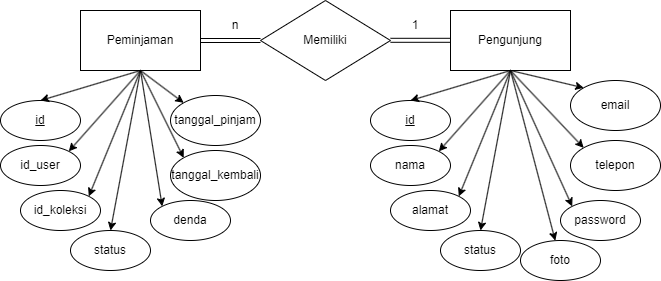
Earlier version of the draw.io export img/Diagram Pusaka-ERD.drawio.png (rikkamoe/ta-storage). Source tidied: cells renumbered, new cells last; positions are measured from the earlier drawing's top-left corner, leaving out a move shared by most shapes.
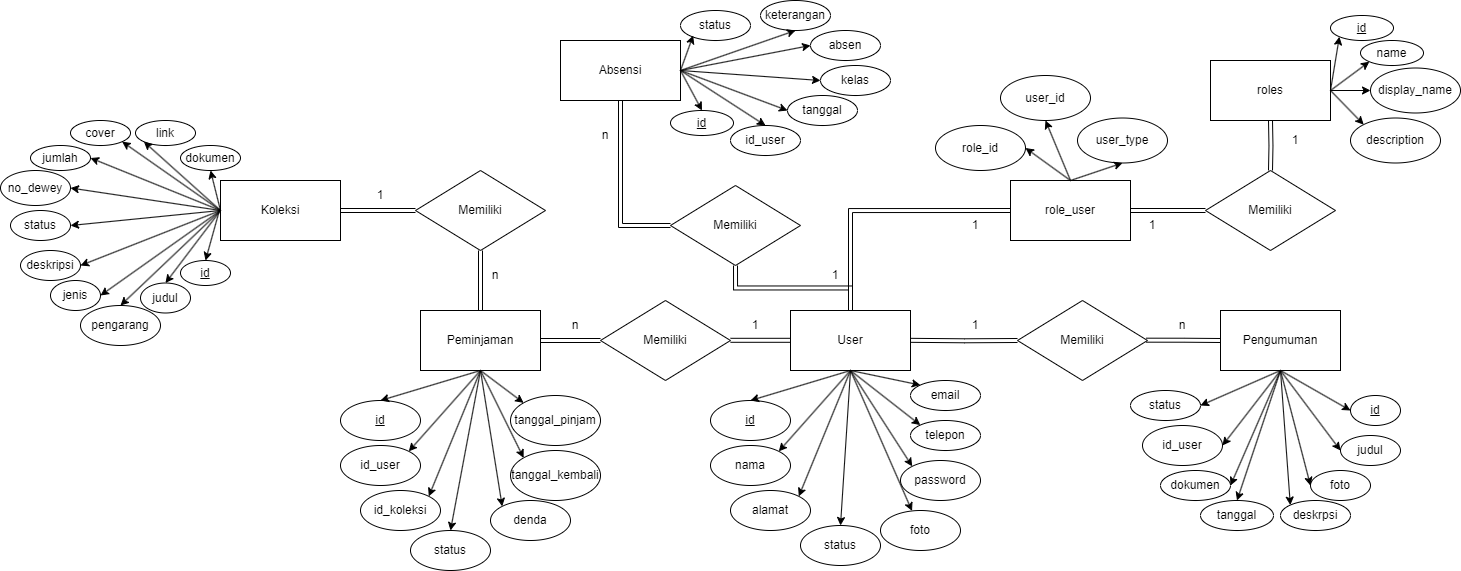
Later version of the same file.

Diff of the diagram source:
```diff
@@ -13,3 +13,3 @@
     </mxCell>
-    <mxCell id="5" value="Pengunjung" style="rounded=0;whiteSpace=wrap;html=1;" parent="1" vertex="1">
+    <mxCell id="5" value="User" style="rounded=0;whiteSpace=wrap;html=1;" parent="1" vertex="1">
       <mxGeometry x="450" y="10" width="120" height="60" as="geometry" />
@@ -83,12 +83,12 @@
     <mxCell id="24" value="email" style="ellipse;whiteSpace=wrap;html=1;" parent="1" vertex="1">
-      <mxGeometry x="570" y="80" width="90" height="50" as="geometry" />
+      <mxGeometry x="570" y="80" width="70" height="30" as="geometry" />
     </mxCell>
     <mxCell id="25" value="telepon" style="ellipse;whiteSpace=wrap;html=1;" parent="1" vertex="1">
-      <mxGeometry x="570" y="140" width="90" height="50" as="geometry" />
+      <mxGeometry x="570" y="120" width="70" height="30" as="geometry" />
     </mxCell>
     <mxCell id="26" value="password" style="ellipse;whiteSpace=wrap;html=1;" parent="1" vertex="1">
-      <mxGeometry x="560" y="200" width="80" height="40" as="geometry" />
+      <mxGeometry x="560" y="160" width="80" height="40" as="geometry" />
     </mxCell>
     <mxCell id="27" value="status" style="ellipse;whiteSpace=wrap;html=1;" parent="1" vertex="1">
-      <mxGeometry x="440" y="230" width="80" height="40" as="geometry" />
+      <mxGeometry x="460" y="225" width="80" height="40" as="geometry" />
     </mxCell>
@@ -125,3 +125,3 @@
     <mxCell id="34" value="foto" style="ellipse;whiteSpace=wrap;html=1;" parent="1" vertex="1">
-      <mxGeometry x="520" y="240" width="80" height="40" as="geometry" />
+      <mxGeometry x="540" y="210" width="80" height="40" as="geometry" />
     </mxCell>
@@ -144,2 +144,296 @@
     </mxCell>
+    <mxCell id="39" value="Koleksi" style="rounded=0;whiteSpace=wrap;html=1;" parent="1" vertex="1">
+      <mxGeometry x="-120" y="-120" width="120" height="60" as="geometry" />
+    </mxCell>
+    <mxCell id="40" value="Memiliki" style="rhombus;whiteSpace=wrap;html=1;" parent="1" vertex="1">
+      <mxGeometry x="75" y="-130" width="130" height="80" as="geometry" />
+    </mxCell>
+    <mxCell id="41" style="edgeStyle=orthogonalEdgeStyle;rounded=0;jettySize=auto;html=1;shape=link;exitX=0.5;exitY=1;exitDx=0;exitDy=0;entryX=0.5;entryY=0;entryDx=0;entryDy=0;" parent="1" edge="1" source="40" target="3">
+      <mxGeometry relative="1" as="geometry" />
+    </mxCell>
+    <mxCell id="42" style="edgeStyle=orthogonalEdgeStyle;rounded=0;jettySize=auto;html=1;shape=link;exitX=0;exitY=0.5;exitDx=0;exitDy=0;entryX=1;entryY=0.5;entryDx=0;entryDy=0;" parent="1" edge="1" source="40" target="39">
+      <mxGeometry relative="1" as="geometry" />
+    </mxCell>
+    <mxCell id="43" value="Pengumuman" style="rounded=0;whiteSpace=wrap;html=1;" parent="1" vertex="1">
+      <mxGeometry x="880" y="10" width="120" height="60" as="geometry" />
+    </mxCell>
+    <mxCell id="44" value="Absensi" style="rounded=0;whiteSpace=wrap;html=1;" parent="1" vertex="1">
+      <mxGeometry x="220" y="-260" width="120" height="60" as="geometry" />
+    </mxCell>
+    <mxCell id="45" value="Memiliki" style="rhombus;whiteSpace=wrap;html=1;" parent="1" vertex="1">
+      <mxGeometry x="677" width="130" height="80" as="geometry" />
+    </mxCell>
+    <mxCell id="46" style="edgeStyle=orthogonalEdgeStyle;rounded=0;jettySize=auto;html=1;shape=link;entryX=0;entryY=0.5;entryDx=0;entryDy=0;" parent="1" edge="1" target="45">
+      <mxGeometry relative="1" as="geometry">
+        <mxPoint x="570" y="39.8" as="sourcePoint" />
+      </mxGeometry>
+    </mxCell>
+    <mxCell id="47" style="edgeStyle=orthogonalEdgeStyle;rounded=0;jettySize=auto;html=1;shape=link;exitX=0.991;exitY=0.496;exitDx=0;exitDy=0;exitPerimeter=0;entryX=0;entryY=0.5;entryDx=0;entryDy=0;" parent="1" edge="1" source="45" target="43">
+      <mxGeometry relative="1" as="geometry" />
+    </mxCell>
+    <mxCell id="48" value="&lt;u&gt;id&lt;/u&gt;" style="ellipse;whiteSpace=wrap;html=1;" parent="1" vertex="1">
+      <mxGeometry x="-160" y="-40" width="50" height="25" as="geometry" />
+    </mxCell>
+    <mxCell id="49" style="endArrow=classic;html=1;rounded=0;exitX=-0.005;exitY=0.469;exitDx=0;exitDy=0;entryX=0.5;entryY=0;entryDx=0;entryDy=0;exitPerimeter=0;" parent="1" edge="1" source="39" target="48">
+      <mxGeometry relative="1" as="geometry" />
+    </mxCell>
+    <mxCell id="50" value="judul" style="ellipse;whiteSpace=wrap;html=1;" parent="1" vertex="1">
+      <mxGeometry x="-200" y="-17.5" width="50" height="30" as="geometry" />
+    </mxCell>
+    <mxCell id="51" value="pengarang" style="ellipse;whiteSpace=wrap;html=1;" parent="1" vertex="1">
+      <mxGeometry x="-260" y="5" width="80" height="40" as="geometry" />
+    </mxCell>
+    <mxCell id="52" value="jenis" style="ellipse;whiteSpace=wrap;html=1;" parent="1" vertex="1">
+      <mxGeometry x="-290" y="-20" width="50" height="30" as="geometry" />
+    </mxCell>
+    <mxCell id="53" value="deskripsi" style="ellipse;whiteSpace=wrap;html=1;" parent="1" vertex="1">
+      <mxGeometry x="-320" y="-50" width="60" height="30" as="geometry" />
+    </mxCell>
+    <mxCell id="54" value="status" style="ellipse;whiteSpace=wrap;html=1;" parent="1" vertex="1">
+      <mxGeometry x="-330" y="-90" width="60" height="30" as="geometry" />
+    </mxCell>
+    <mxCell id="55" value="no_dewey" style="ellipse;whiteSpace=wrap;html=1;" parent="1" vertex="1">
+      <mxGeometry x="-340" y="-130" width="70" height="35" as="geometry" />
+    </mxCell>
+    <mxCell id="56" value="jumlah" style="ellipse;whiteSpace=wrap;html=1;" parent="1" vertex="1">
+      <mxGeometry x="-310" y="-155" width="60" height="25" as="geometry" />
+    </mxCell>
+    <mxCell id="57" value="cover" style="ellipse;whiteSpace=wrap;html=1;" parent="1" vertex="1">
+      <mxGeometry x="-270" y="-180" width="60" height="25" as="geometry" />
+    </mxCell>
+    <mxCell id="58" value="link" style="ellipse;whiteSpace=wrap;html=1;" parent="1" vertex="1">
+      <mxGeometry x="-205" y="-180" width="60" height="25" as="geometry" />
+    </mxCell>
+    <mxCell id="59" value="dokumen" style="ellipse;whiteSpace=wrap;html=1;" parent="1" vertex="1">
+      <mxGeometry x="-160" y="-155" width="60" height="25" as="geometry" />
+    </mxCell>
+    <mxCell id="60" style="endArrow=classic;html=1;rounded=0;exitX=0;exitY=0.5;exitDx=0;exitDy=0;entryX=0.5;entryY=0;entryDx=0;entryDy=0;" parent="1" edge="1" source="39" target="50">
+      <mxGeometry relative="1" as="geometry" />
+    </mxCell>
+    <mxCell id="61" style="endArrow=classic;html=1;rounded=0;exitX=0;exitY=0.5;exitDx=0;exitDy=0;entryX=0.5;entryY=0;entryDx=0;entryDy=0;" parent="1" edge="1" source="39" target="51">
+      <mxGeometry relative="1" as="geometry" />
+    </mxCell>
+    <mxCell id="62" style="endArrow=classic;html=1;rounded=0;exitX=0;exitY=0.5;exitDx=0;exitDy=0;entryX=1;entryY=0.5;entryDx=0;entryDy=0;" parent="1" edge="1" source="39" target="52">
+      <mxGeometry relative="1" as="geometry" />
+    </mxCell>
+    <mxCell id="63" style="endArrow=classic;html=1;rounded=0;exitX=0;exitY=0.5;exitDx=0;exitDy=0;entryX=1;entryY=0.5;entryDx=0;entryDy=0;" parent="1" edge="1" source="39" target="53">
+      <mxGeometry relative="1" as="geometry" />
+    </mxCell>
+    <mxCell id="64" style="endArrow=classic;html=1;rounded=0;exitX=0;exitY=0.5;exitDx=0;exitDy=0;entryX=1;entryY=0.5;entryDx=0;entryDy=0;" parent="1" edge="1" source="39" target="54">
+      <mxGeometry relative="1" as="geometry" />
+    </mxCell>
+    <mxCell id="65" style="endArrow=classic;html=1;rounded=0;exitX=0;exitY=0.5;exitDx=0;exitDy=0;entryX=1;entryY=0.5;entryDx=0;entryDy=0;" parent="1" edge="1" source="39" target="55">
+      <mxGeometry relative="1" as="geometry" />
+    </mxCell>
+    <mxCell id="66" style="endArrow=classic;html=1;rounded=0;exitX=0;exitY=0.5;exitDx=0;exitDy=0;entryX=1;entryY=0.5;entryDx=0;entryDy=0;" parent="1" edge="1" source="39" target="56">
+      <mxGeometry relative="1" as="geometry" />
+    </mxCell>
+    <mxCell id="67" style="endArrow=classic;html=1;rounded=0;exitX=0;exitY=0.5;exitDx=0;exitDy=0;entryX=1;entryY=1;entryDx=0;entryDy=0;" parent="1" edge="1" source="39" target="57">
+      <mxGeometry relative="1" as="geometry" />
+    </mxCell>
+    <mxCell id="68" style="endArrow=classic;html=1;rounded=0;exitX=0;exitY=0.5;exitDx=0;exitDy=0;entryX=0;entryY=1;entryDx=0;entryDy=0;" parent="1" edge="1" source="39" target="58">
+      <mxGeometry relative="1" as="geometry" />
+    </mxCell>
+    <mxCell id="69" style="endArrow=classic;html=1;rounded=0;exitX=0;exitY=0.5;exitDx=0;exitDy=0;entryX=0.5;entryY=1;entryDx=0;entryDy=0;" parent="1" edge="1" source="39" target="59">
+      <mxGeometry relative="1" as="geometry" />
+    </mxCell>
+    <mxCell id="70" value="&lt;u&gt;id&lt;/u&gt;" style="ellipse;whiteSpace=wrap;html=1;" parent="1" vertex="1">
+      <mxGeometry x="1010" y="95" width="50" height="30" as="geometry" />
+    </mxCell>
+    <mxCell id="71" value="judul" style="ellipse;whiteSpace=wrap;html=1;" parent="1" vertex="1">
+      <mxGeometry x="1000" y="135" width="60" height="30" as="geometry" />
+    </mxCell>
+    <mxCell id="72" value="foto" style="ellipse;whiteSpace=wrap;html=1;" parent="1" vertex="1">
+      <mxGeometry x="970" y="170" width="60" height="30" as="geometry" />
+    </mxCell>
+    <mxCell id="73" value="deskrpsi" style="ellipse;whiteSpace=wrap;html=1;" parent="1" vertex="1">
+      <mxGeometry x="940" y="200" width="70" height="30" as="geometry" />
+    </mxCell>
+    <mxCell id="74" value="tanggal" style="ellipse;whiteSpace=wrap;html=1;" parent="1" vertex="1">
+      <mxGeometry x="860" y="200" width="73" height="30" as="geometry" />
+    </mxCell>
+    <mxCell id="75" value="status" style="ellipse;whiteSpace=wrap;html=1;" parent="1" vertex="1">
+      <mxGeometry x="790" y="90" width="70" height="30" as="geometry" />
+    </mxCell>
+    <mxCell id="76" value="dokumen" style="ellipse;whiteSpace=wrap;html=1;" parent="1" vertex="1">
+      <mxGeometry x="820" y="170" width="70" height="30" as="geometry" />
+    </mxCell>
+    <mxCell id="77" value="id_user" style="ellipse;whiteSpace=wrap;html=1;" parent="1" vertex="1">
+      <mxGeometry x="802" y="125" width="80" height="40" as="geometry" />
+    </mxCell>
+    <mxCell id="78" style="endArrow=classic;html=1;rounded=0;entryX=1;entryY=0.5;entryDx=0;entryDy=0;exitX=0.5;exitY=1;exitDx=0;exitDy=0;" parent="1" edge="1" source="43" target="75">
+      <mxGeometry relative="1" as="geometry" />
+    </mxCell>
+    <mxCell id="79" style="endArrow=classic;html=1;rounded=0;entryX=1;entryY=0.5;entryDx=0;entryDy=0;" parent="1" edge="1" target="77">
+      <mxGeometry relative="1" as="geometry">
+        <mxPoint x="940" y="70" as="sourcePoint" />
+      </mxGeometry>
+    </mxCell>
+    <mxCell id="80" style="endArrow=classic;html=1;rounded=0;entryX=1;entryY=0.5;entryDx=0;entryDy=0;exitX=0.5;exitY=1;exitDx=0;exitDy=0;" parent="1" edge="1" source="43" target="76">
+      <mxGeometry relative="1" as="geometry" />
+    </mxCell>
+    <mxCell id="81" style="endArrow=classic;html=1;rounded=0;entryX=0.5;entryY=0;entryDx=0;entryDy=0;exitX=0.5;exitY=1;exitDx=0;exitDy=0;" parent="1" edge="1" source="43" target="74">
+      <mxGeometry relative="1" as="geometry" />
+    </mxCell>
+    <mxCell id="82" style="endArrow=classic;html=1;rounded=0;entryX=0;entryY=0;entryDx=0;entryDy=0;exitX=0.5;exitY=1;exitDx=0;exitDy=0;" parent="1" edge="1" source="43" target="73">
+      <mxGeometry relative="1" as="geometry" />
+    </mxCell>
+    <mxCell id="83" style="endArrow=classic;html=1;rounded=0;entryX=0;entryY=0.5;entryDx=0;entryDy=0;exitX=0.5;exitY=1;exitDx=0;exitDy=0;" parent="1" edge="1" source="43" target="72">
+      <mxGeometry relative="1" as="geometry" />
+    </mxCell>
+    <mxCell id="84" style="endArrow=classic;html=1;rounded=0;entryX=0;entryY=0.5;entryDx=0;entryDy=0;exitX=0.5;exitY=1;exitDx=0;exitDy=0;" parent="1" edge="1" source="43" target="71">
+      <mxGeometry relative="1" as="geometry" />
+    </mxCell>
+    <mxCell id="85" style="endArrow=classic;html=1;rounded=0;entryX=0;entryY=0.5;entryDx=0;entryDy=0;exitX=0.5;exitY=1;exitDx=0;exitDy=0;" parent="1" edge="1" source="43" target="70">
+      <mxGeometry relative="1" as="geometry" />
+    </mxCell>
+    <mxCell id="86" value="Memiliki" style="rhombus;whiteSpace=wrap;html=1;" parent="1" vertex="1">
+      <mxGeometry x="330" y="-115" width="130" height="80" as="geometry" />
+    </mxCell>
+    <mxCell id="87" style="edgeStyle=orthogonalEdgeStyle;rounded=0;jettySize=auto;html=1;shape=link;exitX=0.5;exitY=1;exitDx=0;exitDy=0;entryX=0.5;entryY=0;entryDx=0;entryDy=0;" parent="1" edge="1" source="86" target="5">
+      <mxGeometry relative="1" as="geometry" />
+    </mxCell>
+    <mxCell id="88" style="edgeStyle=orthogonalEdgeStyle;rounded=0;jettySize=auto;html=1;shape=link;exitX=0.5;exitY=1;exitDx=0;exitDy=0;entryX=0;entryY=0.5;entryDx=0;entryDy=0;" parent="1" edge="1" source="44" target="86">
+      <mxGeometry relative="1" as="geometry" />
+    </mxCell>
+    <mxCell id="89" value="&lt;u&gt;id&lt;/u&gt;" style="ellipse;whiteSpace=wrap;html=1;" parent="1" vertex="1">
+      <mxGeometry x="330" y="-190" width="63" height="25" as="geometry" />
+    </mxCell>
+    <mxCell id="90" value="id_user" style="ellipse;whiteSpace=wrap;html=1;" parent="1" vertex="1">
+      <mxGeometry x="390" y="-175" width="70" height="30" as="geometry" />
+    </mxCell>
+    <mxCell id="91" value="tanggal" style="ellipse;whiteSpace=wrap;html=1;" parent="1" vertex="1">
+      <mxGeometry x="447" y="-205" width="70" height="30" as="geometry" />
+    </mxCell>
+    <mxCell id="92" value="status" style="ellipse;whiteSpace=wrap;html=1;" parent="1" vertex="1">
+      <mxGeometry x="340" y="-290" width="70" height="30" as="geometry" />
+    </mxCell>
+    <mxCell id="93" value="kelas" style="ellipse;whiteSpace=wrap;html=1;" parent="1" vertex="1">
+      <mxGeometry x="480" y="-235" width="70" height="30" as="geometry" />
+    </mxCell>
+    <mxCell id="94" value="absen" style="ellipse;whiteSpace=wrap;html=1;" parent="1" vertex="1">
+      <mxGeometry x="470" y="-270" width="70" height="30" as="geometry" />
+    </mxCell>
+    <mxCell id="95" value="keterangan" style="ellipse;whiteSpace=wrap;html=1;" parent="1" vertex="1">
+      <mxGeometry x="420" y="-300" width="70" height="30" as="geometry" />
+    </mxCell>
+    <mxCell id="96" style="endArrow=classic;html=1;rounded=0;entryX=0.5;entryY=0;entryDx=0;entryDy=0;exitX=1;exitY=0.5;exitDx=0;exitDy=0;" parent="1" edge="1" source="44" target="89">
+      <mxGeometry relative="1" as="geometry" />
+    </mxCell>
+    <mxCell id="97" style="endArrow=classic;html=1;rounded=0;entryX=0.5;entryY=0;entryDx=0;entryDy=0;exitX=1;exitY=0.5;exitDx=0;exitDy=0;" parent="1" edge="1" target="90">
+      <mxGeometry relative="1" as="geometry">
+        <mxPoint x="340" y="-230" as="sourcePoint" />
+      </mxGeometry>
+    </mxCell>
+    <mxCell id="98" style="endArrow=classic;html=1;rounded=0;entryX=0;entryY=0.5;entryDx=0;entryDy=0;exitX=1;exitY=0.5;exitDx=0;exitDy=0;" parent="1" edge="1" source="44" target="91">
+      <mxGeometry relative="1" as="geometry" />
+    </mxCell>
+    <mxCell id="99" style="endArrow=classic;html=1;rounded=0;entryX=0;entryY=0.5;entryDx=0;entryDy=0;exitX=1;exitY=0.5;exitDx=0;exitDy=0;" parent="1" edge="1" source="44" target="93">
+      <mxGeometry relative="1" as="geometry" />
+    </mxCell>
+    <mxCell id="100" style="endArrow=classic;html=1;rounded=0;entryX=0;entryY=0.5;entryDx=0;entryDy=0;exitX=1;exitY=0.5;exitDx=0;exitDy=0;" parent="1" edge="1" source="44" target="94">
+      <mxGeometry relative="1" as="geometry" />
+    </mxCell>
+    <mxCell id="101" style="endArrow=classic;html=1;rounded=0;entryX=0.5;entryY=1;entryDx=0;entryDy=0;exitX=1;exitY=0.5;exitDx=0;exitDy=0;" parent="1" edge="1" source="44" target="95">
+      <mxGeometry relative="1" as="geometry" />
+    </mxCell>
+    <mxCell id="102" style="endArrow=classic;html=1;rounded=0;entryX=0.181;entryY=0.835;entryDx=0;entryDy=0;exitX=1;exitY=0.5;exitDx=0;exitDy=0;entryPerimeter=0;" parent="1" edge="1" source="44" target="92">
+      <mxGeometry relative="1" as="geometry" />
+    </mxCell>
+    <mxCell id="103" value="1" style="text;html=1;strokeColor=none;fillColor=none;align=center;verticalAlign=middle;whiteSpace=wrap;rounded=0;" parent="1" vertex="1">
+      <mxGeometry x="620" y="20" width="30" height="10" as="geometry" />
+    </mxCell>
+    <mxCell id="104" value="n" style="text;html=1;strokeColor=none;fillColor=none;align=center;verticalAlign=middle;whiteSpace=wrap;rounded=0;" parent="1" vertex="1">
+      <mxGeometry x="827" y="20" width="30" height="10" as="geometry" />
+    </mxCell>
+    <mxCell id="105" value="1" style="text;html=1;strokeColor=none;fillColor=none;align=center;verticalAlign=middle;whiteSpace=wrap;rounded=0;" parent="1" vertex="1">
+      <mxGeometry x="480" y="-30" width="30" height="10" as="geometry" />
+    </mxCell>
+    <mxCell id="106" value="n" style="text;html=1;strokeColor=none;fillColor=none;align=center;verticalAlign=middle;whiteSpace=wrap;rounded=0;" parent="1" vertex="1">
+      <mxGeometry x="250" y="-170" width="30" height="10" as="geometry" />
+    </mxCell>
+    <mxCell id="107" value="n" style="text;html=1;strokeColor=none;fillColor=none;align=center;verticalAlign=middle;whiteSpace=wrap;rounded=0;" parent="1" vertex="1">
+      <mxGeometry x="140" y="-30" width="30" height="10" as="geometry" />
+    </mxCell>
+    <mxCell id="108" value="1" style="text;html=1;strokeColor=none;fillColor=none;align=center;verticalAlign=middle;whiteSpace=wrap;rounded=0;" parent="1" vertex="1">
+      <mxGeometry x="25" y="-110" width="30" height="10" as="geometry" />
+    </mxCell>
+    <mxCell id="109" style="edgeStyle=orthogonalEdgeStyle;rounded=0;jettySize=auto;html=1;entryX=0;entryY=0.5;entryDx=0;entryDy=0;" parent="1" edge="1" source="110" target="113">
+      <mxGeometry relative="1" as="geometry" />
+    </mxCell>
+    <mxCell id="110" value="roles" style="rounded=0;whiteSpace=wrap;html=1;" parent="1" vertex="1">
+      <mxGeometry x="870" y="-240" width="120" height="60" as="geometry" />
+    </mxCell>
+    <mxCell id="111" value="&lt;u&gt;id&lt;/u&gt;" style="ellipse;whiteSpace=wrap;html=1;" parent="1" vertex="1">
+      <mxGeometry x="990" y="-285" width="63" height="25" as="geometry" />
+    </mxCell>
+    <mxCell id="112" value="name" style="ellipse;whiteSpace=wrap;html=1;" parent="1" vertex="1">
+      <mxGeometry x="1020" y="-260" width="63" height="25" as="geometry" />
+    </mxCell>
+    <mxCell id="113" value="display_name" style="ellipse;whiteSpace=wrap;html=1;" parent="1" vertex="1">
+      <mxGeometry x="1030" y="-232.5" width="90" height="45" as="geometry" />
+    </mxCell>
+    <mxCell id="114" value="description" style="ellipse;whiteSpace=wrap;html=1;" parent="1" vertex="1">
+      <mxGeometry x="1010" y="-182.5" width="90" height="45" as="geometry" />
+    </mxCell>
+    <mxCell id="115" style="endArrow=classic;html=1;rounded=0;entryX=0;entryY=1;entryDx=0;entryDy=0;exitX=1;exitY=0.5;exitDx=0;exitDy=0;" parent="1" edge="1" target="112">
+      <mxGeometry relative="1" as="geometry">
+        <mxPoint x="990" y="-210" as="sourcePoint" />
+      </mxGeometry>
+    </mxCell>
+    <mxCell id="116" style="endArrow=classic;html=1;rounded=0;entryX=0;entryY=1;entryDx=0;entryDy=0;exitX=1;exitY=0.5;exitDx=0;exitDy=0;" parent="1" edge="1" source="110" target="111">
+      <mxGeometry relative="1" as="geometry" />
+    </mxCell>
+    <mxCell id="117" style="endArrow=classic;html=1;rounded=0;entryX=0;entryY=0;entryDx=0;entryDy=0;exitX=1;exitY=0.5;exitDx=0;exitDy=0;" parent="1" edge="1" source="110" target="114">
+      <mxGeometry relative="1" as="geometry" />
+    </mxCell>
+    <mxCell id="118" value="Memiliki" style="rhombus;whiteSpace=wrap;html=1;" parent="1" vertex="1">
+      <mxGeometry x="865" y="-130" width="130" height="80" as="geometry" />
+    </mxCell>
+    <mxCell id="119" style="edgeStyle=orthogonalEdgeStyle;rounded=0;jettySize=auto;html=1;shape=link;exitX=0.5;exitY=1;exitDx=0;exitDy=0;" parent="1" edge="1" target="118">
+      <mxGeometry relative="1" as="geometry">
+        <mxPoint x="930" y="-180" as="sourcePoint" />
+      </mxGeometry>
+    </mxCell>
+    <mxCell id="120" value="role_user" style="rounded=0;whiteSpace=wrap;html=1;" parent="1" vertex="1">
+      <mxGeometry x="670" y="-120" width="120" height="60" as="geometry" />
+    </mxCell>
+    <mxCell id="121" style="edgeStyle=orthogonalEdgeStyle;rounded=0;jettySize=auto;html=1;shape=link;exitX=0;exitY=0.5;exitDx=0;exitDy=0;entryX=1;entryY=0.5;entryDx=0;entryDy=0;" parent="1" edge="1" source="118" target="120">
+      <mxGeometry relative="1" as="geometry" />
+    </mxCell>
+    <mxCell id="122" style="edgeStyle=orthogonalEdgeStyle;rounded=0;jettySize=auto;html=1;shape=link;exitX=0.5;exitY=1;exitDx=0;exitDy=0;entryX=0.5;entryY=0;entryDx=0;entryDy=0;" parent="1" edge="1" target="5">
+      <mxGeometry relative="1" as="geometry">
+        <mxPoint x="670" y="-90" as="sourcePoint" />
+        <Array as="points">
+          <mxPoint x="510" y="-90" />
+        </Array>
+      </mxGeometry>
+    </mxCell>
+    <mxCell id="123" value="1" style="text;html=1;strokeColor=none;fillColor=none;align=center;verticalAlign=middle;whiteSpace=wrap;rounded=0;" parent="1" vertex="1">
+      <mxGeometry x="620" y="-80" width="30" height="10" as="geometry" />
+    </mxCell>
+    <mxCell id="124" value="1" style="text;html=1;strokeColor=none;fillColor=none;align=center;verticalAlign=middle;whiteSpace=wrap;rounded=0;" parent="1" vertex="1">
+      <mxGeometry x="797" y="-80" width="30" height="10" as="geometry" />
+    </mxCell>
+    <mxCell id="125" value="1" style="text;html=1;strokeColor=none;fillColor=none;align=center;verticalAlign=middle;whiteSpace=wrap;rounded=0;" parent="1" vertex="1">
+      <mxGeometry x="940" y="-165" width="30" height="10" as="geometry" />
+    </mxCell>
+    <mxCell id="126" value="role_id" style="ellipse;whiteSpace=wrap;html=1;" parent="1" vertex="1">
+      <mxGeometry x="595" y="-175" width="90" height="45" as="geometry" />
+    </mxCell>
+    <mxCell id="127" value="user_id" style="ellipse;whiteSpace=wrap;html=1;" parent="1" vertex="1">
+      <mxGeometry x="660" y="-225" width="90" height="45" as="geometry" />
+    </mxCell>
+    <mxCell id="128" value="user_type" style="ellipse;whiteSpace=wrap;html=1;" parent="1" vertex="1">
+      <mxGeometry x="737" y="-182.5" width="90" height="45" as="geometry" />
+    </mxCell>
+    <mxCell id="129" style="endArrow=classic;html=1;rounded=0;entryX=0.5;entryY=1;entryDx=0;entryDy=0;exitX=0.5;exitY=0;exitDx=0;exitDy=0;" parent="1" edge="1" source="120" target="128">
+      <mxGeometry relative="1" as="geometry" />
+    </mxCell>
+    <mxCell id="130" style="endArrow=classic;html=1;rounded=0;entryX=1;entryY=0.5;entryDx=0;entryDy=0;exitX=0.5;exitY=0;exitDx=0;exitDy=0;" parent="1" edge="1" source="120" target="126">
+      <mxGeometry relative="1" as="geometry" />
+    </mxCell>
+    <mxCell id="131" style="endArrow=classic;html=1;rounded=0;entryX=0.5;entryY=1;entryDx=0;entryDy=0;exitX=0.5;exitY=0;exitDx=0;exitDy=0;" parent="1" edge="1" source="120" target="127">
+      <mxGeometry relative="1" as="geometry" />
+    </mxCell>
   </root>
```
